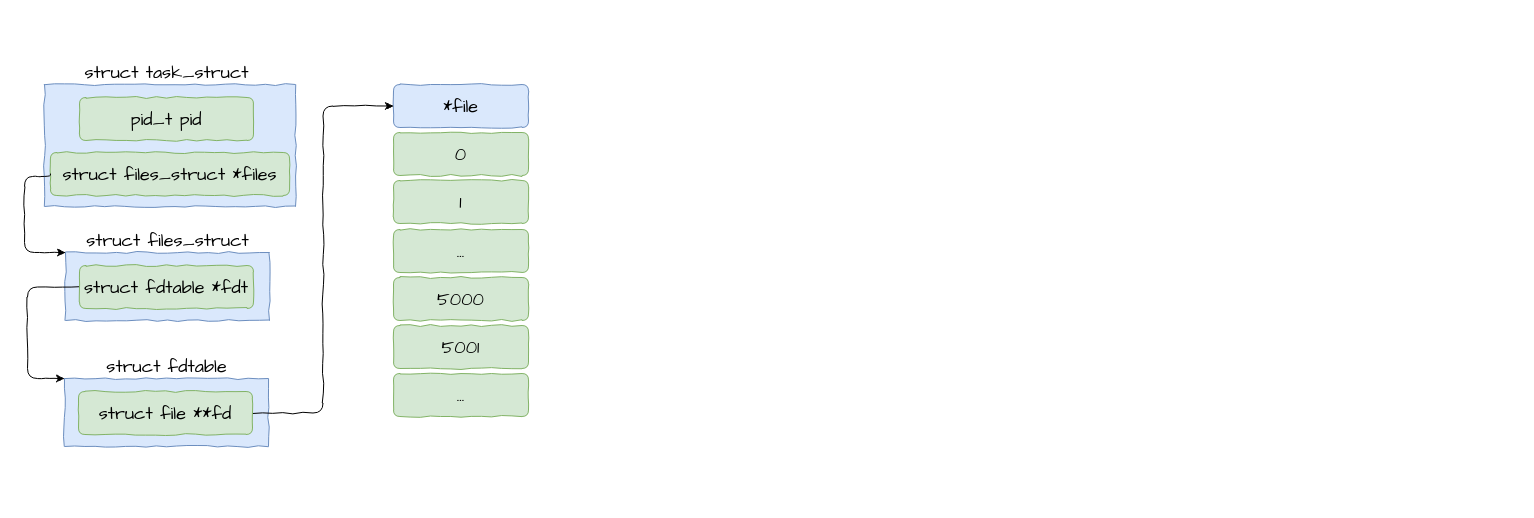
The draw.io diagram Untitled Diagram.drawio in xiaoyuwyj/ife2015, before the edit. Source tidied: cells renumbered, new cells numbered last; positions are measured from the earlier drawing's top-left corner, leaving out a move shared by most shapes. Both pictures are drawn from the tidied source at 100%, with x=0, y=0 at pixel (24, 61).
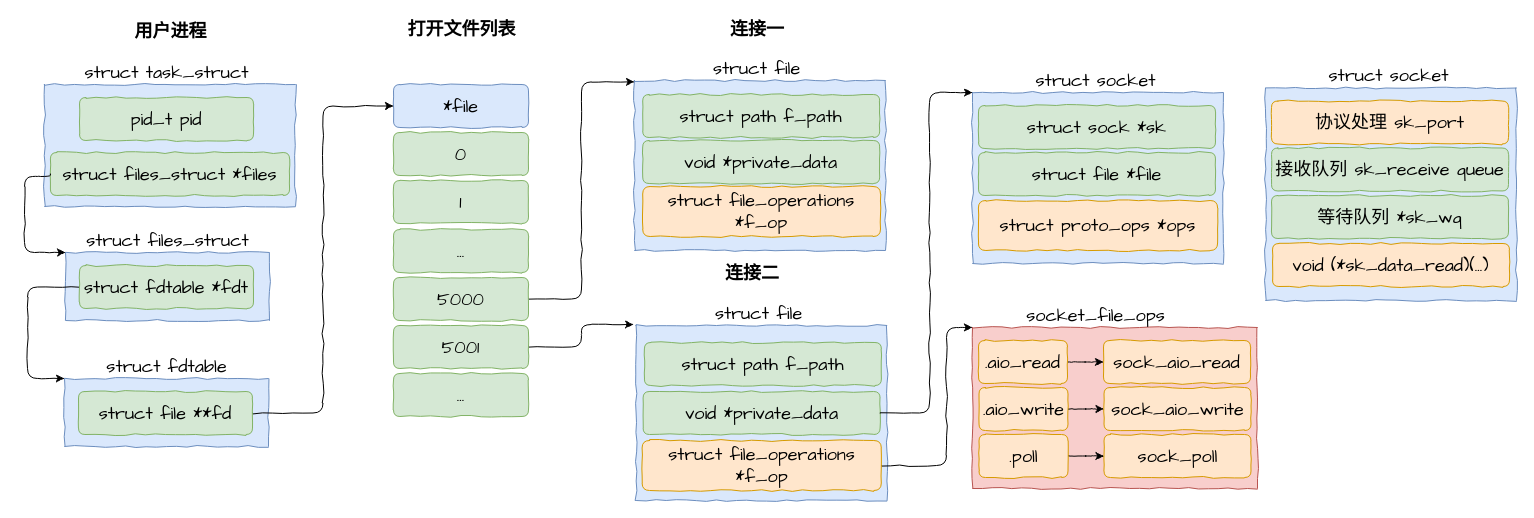
Above is the later version.

The change refers to these unchanged cells:
```xml
<mxCell id="18" value="5000" style="whiteSpace=wrap;html=1;fillColor=#d5e8d4;strokeColor=#82b366;fillStyle=solid;sketchStyle=comic;rounded=1;comic=1;fontFamily=Comic Sans MS;fontSize=18;" parent="1" vertex="1">
  <mxGeometry x="369" y="216" width="135" height="43" as="geometry" />
</mxCell>
<mxCell id="20" value="5001" style="whiteSpace=wrap;html=1;fillColor=#d5e8d4;strokeColor=#82b366;fillStyle=solid;sketchStyle=comic;rounded=1;comic=1;fontFamily=Comic Sans MS;fontSize=18;" parent="1" vertex="1">
  <mxGeometry x="369" y="264" width="135" height="43" as="geometry" />
</mxCell>
```

The edit, as a diff of the source:
```diff
@@
+    <mxCell id="22" style="edgeStyle=orthogonalEdgeStyle;rounded=1;comic=1;jettySize=auto;html=1;exitX=1;exitY=0.5;exitDx=0;exitDy=0;entryX=0;entryY=0.008;entryDx=0;entryDy=0;entryPerimeter=0;fontFamily=Comic Sans MS;fontSize=18;" parent="1" edge="1" source="18" target="24">
+      <mxGeometry relative="1" as="geometry">
+        <Array as="points">
+          <mxPoint x="557" y="238" />
+          <mxPoint x="557" y="20" />
+        </Array>
+      </mxGeometry>
+    </mxCell>
@@
+    <mxCell id="23" style="edgeStyle=orthogonalEdgeStyle;rounded=1;comic=1;jettySize=auto;html=1;exitX=1;exitY=0.5;exitDx=0;exitDy=0;fontFamily=Comic Sans MS;fontSize=18;" parent="1" edge="1" source="20">
+      <mxGeometry relative="1" as="geometry">
+        <mxPoint x="609" y="263" as="targetPoint" />
+        <Array as="points">
+          <mxPoint x="557" y="286" />
+          <mxPoint x="557" y="263" />
+        </Array>
+      </mxGeometry>
+    </mxCell>
@@
+    <mxCell id="24" style="whiteSpace=wrap;html=1;fillColor=#dae8fc;strokeColor=#6c8ebf;fillStyle=solid;sketchStyle=comic;rounded=0;comic=1;" parent="1" vertex="1">
+      <mxGeometry x="610" y="19" width="251" height="170" as="geometry" />
+    </mxCell>
+    <mxCell id="25" value="&lt;h2&gt;&lt;font face=&quot;Comic Sans MS&quot; style=&quot;font-weight: normal&quot;&gt;void *private_data&lt;/font&gt;&lt;/h2&gt;" style="whiteSpace=wrap;html=1;fillColor=#d5e8d4;strokeColor=#82b366;fillStyle=solid;glass=0;shadow=0;sketchStyle=comic;rounded=1;comic=1;" parent="1" vertex="1">
+      <mxGeometry x="618.2" y="79" width="237" height="43" as="geometry" />
+    </mxCell>
+    <mxCell id="26" value="&lt;font face=&quot;Comic Sans MS&quot; style=&quot;font-size: 18px&quot;&gt;struct file_operations *f_op&lt;/font&gt;" style="whiteSpace=wrap;html=1;fillColor=#ffe6cc;strokeColor=#d79b00;fillStyle=solid;sketchStyle=comic;rounded=1;comic=1;" parent="1" vertex="1">
+      <mxGeometry x="618.2" y="125" width="237.8" height="50" as="geometry" />
+    </mxCell>
+    <mxCell id="27" value="&lt;font face=&quot;Comic Sans MS&quot; style=&quot;font-size: 18px&quot;&gt;struct file&lt;/font&gt;" style="text;html=1;align=center;verticalAlign=middle;strokeColor=none;rounded=1;comic=1;" parent="1" vertex="1">
+      <mxGeometry x="683.5" y="-4" width="97" height="21" as="geometry" />
+    </mxCell>
+    <mxCell id="28" style="whiteSpace=wrap;html=1;fillColor=#dae8fc;strokeColor=#6c8ebf;fillStyle=solid;sketchStyle=comic;rounded=0;comic=1;" parent="1" vertex="1">
+      <mxGeometry x="948" y="31" width="251" height="171" as="geometry" />
+    </mxCell>
+    <mxCell id="29" value="&lt;h2&gt;&lt;font face=&quot;Comic Sans MS&quot; style=&quot;font-weight: normal&quot;&gt;struct sock *sk&lt;/font&gt;&lt;/h2&gt;" style="whiteSpace=wrap;html=1;fillColor=#d5e8d4;strokeColor=#82b366;fillStyle=solid;glass=0;shadow=0;sketchStyle=comic;rounded=1;comic=1;" parent="1" vertex="1">
+      <mxGeometry x="954" y="44" width="237" height="43" as="geometry" />
+    </mxCell>
+    <mxCell id="30" value="&lt;font face=&quot;Comic Sans MS&quot; style=&quot;font-size: 18px&quot;&gt;struct proto_ops *ops&lt;/font&gt;" style="whiteSpace=wrap;html=1;fillColor=#ffe6cc;strokeColor=#d79b00;fillStyle=solid;sketchStyle=comic;rounded=1;comic=1;" parent="1" vertex="1">
+      <mxGeometry x="953.9" y="139" width="239.2" height="50" as="geometry" />
+    </mxCell>
+    <mxCell id="31" value="&lt;font face=&quot;Comic Sans MS&quot; style=&quot;font-size: 18px&quot;&gt;struct socket&lt;/font&gt;" style="text;html=1;align=center;verticalAlign=middle;strokeColor=none;rounded=1;comic=1;" parent="1" vertex="1">
+      <mxGeometry x="1008.5" y="8" width="124" height="21" as="geometry" />
+    </mxCell>
+    <mxCell id="32" value="&lt;font&gt;&lt;span style=&quot;font-size: 18px&quot;&gt;用户进程&lt;/span&gt;&lt;/font&gt;" style="text;html=1;align=center;verticalAlign=middle;strokeColor=none;rounded=1;comic=1;fontFamily=Tahoma;fontStyle=1;" parent="1" vertex="1">
+      <mxGeometry x="104.5" y="-41" width="82" height="20" as="geometry" />
+    </mxCell>
+    <mxCell id="33" value="&lt;font&gt;&lt;span style=&quot;font-size: 18px&quot;&gt;打开文件列表&lt;/span&gt;&lt;/font&gt;" style="text;html=1;align=center;verticalAlign=middle;strokeColor=none;rounded=1;comic=1;fontFamily=Comic Sans MS;fontStyle=1;" parent="1" vertex="1">
+      <mxGeometry x="377.5" y="-42" width="118" height="20" as="geometry" />
+    </mxCell>
+    <mxCell id="34" value="&lt;font&gt;&lt;span style=&quot;font-size: 18px&quot;&gt;连接一&lt;/span&gt;&lt;/font&gt;" style="text;html=1;align=left;verticalAlign=middle;strokeColor=none;rounded=1;comic=1;fontFamily=Comic Sans MS;fontStyle=1;" parent="1" vertex="1">
+      <mxGeometry x="703.5" y="-42" width="64" height="20" as="geometry" />
+    </mxCell>
+    <mxCell id="35" value="&lt;font&gt;&lt;span style=&quot;font-size: 18px&quot;&gt;连接二&lt;/span&gt;&lt;/font&gt;" style="text;html=1;align=left;verticalAlign=middle;strokeColor=none;rounded=1;comic=1;fontFamily=Comic Sans MS;fontStyle=1;" parent="1" vertex="1">
+      <mxGeometry x="699.4" y="202" width="64" height="20" as="geometry" />
+    </mxCell>
+    <mxCell id="36" value="&lt;h2&gt;&lt;font face=&quot;Comic Sans MS&quot; style=&quot;font-weight: normal&quot;&gt;struct path f_path&lt;/font&gt;&lt;/h2&gt;" style="whiteSpace=wrap;html=1;fillColor=#d5e8d4;strokeColor=#82b366;fillStyle=solid;glass=0;shadow=0;sketchStyle=comic;rounded=1;comic=1;" parent="1" vertex="1">
+      <mxGeometry x="618.2" y="33" width="237" height="43" as="geometry" />
+    </mxCell>
+    <mxCell id="37" style="whiteSpace=wrap;html=1;fillColor=#dae8fc;strokeColor=#6c8ebf;fillStyle=solid;sketchStyle=comic;rounded=0;comic=1;" parent="1" vertex="1">
+      <mxGeometry x="611.6" y="264" width="251" height="175" as="geometry" />
+    </mxCell>
+    <mxCell id="38" value="&lt;h2&gt;&lt;font face=&quot;Comic Sans MS&quot; style=&quot;font-weight: normal&quot;&gt;void *private_data&lt;/font&gt;&lt;/h2&gt;" style="whiteSpace=wrap;html=1;fillColor=#d5e8d4;strokeColor=#82b366;fillStyle=solid;glass=0;shadow=0;sketchStyle=comic;rounded=1;comic=1;" parent="1" vertex="1">
+      <mxGeometry x="618.6" y="330" width="237" height="43" as="geometry" />
+    </mxCell>
+    <mxCell id="39" style="edgeStyle=orthogonalEdgeStyle;rounded=1;comic=1;jettySize=auto;html=1;exitX=1;exitY=0.5;exitDx=0;exitDy=0;entryX=0;entryY=0;entryDx=0;entryDy=0;fontFamily=Comic Sans MS;fontSize=18;" parent="1" edge="1" source="40" target="45">
+      <mxGeometry relative="1" as="geometry">
+        <Array as="points">
+          <mxPoint x="922" y="404" />
+          <mxPoint x="922" y="266" />
+        </Array>
+      </mxGeometry>
+    </mxCell>
+    <mxCell id="40" value="&lt;font face=&quot;Comic Sans MS&quot; style=&quot;font-size: 18px&quot;&gt;struct file_operations *f_op&lt;/font&gt;" style="whiteSpace=wrap;html=1;fillColor=#ffe6cc;strokeColor=#d79b00;fillStyle=solid;sketchStyle=comic;rounded=1;comic=1;" parent="1" vertex="1">
+      <mxGeometry x="617.6" y="379" width="239.2" height="50" as="geometry" />
+    </mxCell>
+    <mxCell id="41" value="&lt;font face=&quot;Comic Sans MS&quot; style=&quot;font-size: 18px&quot;&gt;struct file&lt;/font&gt;" style="text;html=1;align=center;verticalAlign=middle;strokeColor=none;rounded=1;comic=1;" parent="1" vertex="1">
+      <mxGeometry x="685.1" y="241" width="97" height="21" as="geometry" />
+    </mxCell>
+    <mxCell id="42" value="&lt;h2&gt;&lt;font face=&quot;Comic Sans MS&quot; style=&quot;font-weight: normal&quot;&gt;struct path f_path&lt;/font&gt;&lt;/h2&gt;" style="whiteSpace=wrap;html=1;fillColor=#d5e8d4;strokeColor=#82b366;fillStyle=solid;glass=0;shadow=0;sketchStyle=comic;rounded=1;comic=1;" parent="1" vertex="1">
+      <mxGeometry x="619.9" y="281" width="237" height="43" as="geometry" />
+    </mxCell>
+    <mxCell id="43" style="edgeStyle=orthogonalEdgeStyle;rounded=1;comic=1;jettySize=auto;html=1;exitX=1;exitY=0.5;exitDx=0;exitDy=0;entryX=0;entryY=0;entryDx=0;entryDy=0;fontFamily=Comic Sans MS;fontSize=18;" parent="1" edge="1" source="38" target="28">
+      <mxGeometry relative="1" as="geometry">
+        <Array as="points">
+          <mxPoint x="905" y="352" />
+          <mxPoint x="905" y="31" />
+        </Array>
+      </mxGeometry>
+    </mxCell>
+    <mxCell id="44" value="&lt;h2&gt;&lt;font face=&quot;Comic Sans MS&quot; style=&quot;font-weight: normal&quot;&gt;struct file *file&lt;/font&gt;&lt;/h2&gt;" style="whiteSpace=wrap;html=1;fillColor=#d5e8d4;strokeColor=#82b366;fillStyle=solid;glass=0;shadow=0;sketchStyle=comic;rounded=1;comic=1;" parent="1" vertex="1">
+      <mxGeometry x="954" y="91" width="237" height="43" as="geometry" />
+    </mxCell>
+    <mxCell id="45" style="whiteSpace=wrap;html=1;fillColor=#f8cecc;strokeColor=#b85450;fillStyle=solid;sketchStyle=comic;rounded=0;comic=1;" parent="1" vertex="1">
+      <mxGeometry x="948" y="266" width="285" height="161" as="geometry" />
+    </mxCell>
+    <mxCell id="46" style="edgeStyle=orthogonalEdgeStyle;rounded=1;comic=1;jettySize=auto;html=1;exitX=1;exitY=0.5;exitDx=0;exitDy=0;fontFamily=Comic Sans MS;fontSize=18;" parent="1" edge="1" source="47" target="49">
+      <mxGeometry relative="1" as="geometry" />
+    </mxCell>
+    <mxCell id="47" value="&lt;h2&gt;&lt;font face=&quot;Comic Sans MS&quot; style=&quot;font-weight: normal&quot;&gt;.aio_read&lt;/font&gt;&lt;/h2&gt;" style="whiteSpace=wrap;html=1;fillColor=#ffe6cc;strokeColor=#d79b00;fillStyle=solid;glass=0;shadow=0;sketchStyle=comic;rounded=1;comic=1;" parent="1" vertex="1">
+      <mxGeometry x="954" y="279" width="89" height="43" as="geometry" />
+    </mxCell>
+    <mxCell id="48" value="&lt;font face=&quot;Comic Sans MS&quot; style=&quot;font-size: 18px&quot;&gt;socket_file_ops&lt;/font&gt;" style="text;html=1;align=center;verticalAlign=middle;strokeColor=none;rounded=1;comic=1;" parent="1" vertex="1">
+      <mxGeometry x="998.5" y="243" width="145" height="21" as="geometry" />
+    </mxCell>
+    <mxCell id="49" value="&lt;h2&gt;&lt;font face=&quot;Comic Sans MS&quot; style=&quot;font-weight: normal&quot;&gt;sock_aio_read&lt;/font&gt;&lt;/h2&gt;" style="whiteSpace=wrap;html=1;fillColor=#ffe6cc;strokeColor=#d79b00;fillStyle=solid;glass=0;shadow=0;sketchStyle=comic;rounded=1;comic=1;" parent="1" vertex="1">
+      <mxGeometry x="1079" y="279" width="147" height="43" as="geometry" />
+    </mxCell>
+    <mxCell id="50" style="edgeStyle=orthogonalEdgeStyle;rounded=1;comic=1;jettySize=auto;html=1;exitX=1;exitY=0.5;exitDx=0;exitDy=0;fontFamily=Comic Sans MS;fontSize=18;" parent="1" edge="1" source="51" target="52">
+      <mxGeometry relative="1" as="geometry" />
+    </mxCell>
+    <mxCell id="51" value="&lt;h2&gt;&lt;font face=&quot;Comic Sans MS&quot; style=&quot;font-weight: normal&quot;&gt;.aio_write&lt;/font&gt;&lt;/h2&gt;" style="whiteSpace=wrap;html=1;fillColor=#ffe6cc;strokeColor=#d79b00;fillStyle=solid;glass=0;shadow=0;sketchStyle=comic;rounded=1;comic=1;" parent="1" vertex="1">
+      <mxGeometry x="954.5" y="326" width="89" height="43" as="geometry" />
+    </mxCell>
+    <mxCell id="52" value="&lt;h2&gt;&lt;font face=&quot;Comic Sans MS&quot; style=&quot;font-weight: normal&quot;&gt;sock_aio_write&lt;/font&gt;&lt;/h2&gt;" style="whiteSpace=wrap;html=1;fillColor=#ffe6cc;strokeColor=#d79b00;fillStyle=solid;glass=0;shadow=0;sketchStyle=comic;rounded=1;comic=1;" parent="1" vertex="1">
+      <mxGeometry x="1079.5" y="326" width="147" height="43" as="geometry" />
+    </mxCell>
+    <mxCell id="53" style="edgeStyle=orthogonalEdgeStyle;rounded=1;comic=1;jettySize=auto;html=1;exitX=1;exitY=0.5;exitDx=0;exitDy=0;fontFamily=Comic Sans MS;fontSize=18;" parent="1" edge="1" source="54" target="55">
+      <mxGeometry relative="1" as="geometry" />
+    </mxCell>
+    <mxCell id="54" value="&lt;h2&gt;&lt;font face=&quot;Comic Sans MS&quot; style=&quot;font-weight: normal&quot;&gt;.poll&lt;/font&gt;&lt;/h2&gt;" style="whiteSpace=wrap;html=1;fillColor=#ffe6cc;strokeColor=#d79b00;fillStyle=solid;glass=0;shadow=0;sketchStyle=comic;rounded=1;comic=1;" parent="1" vertex="1">
+      <mxGeometry x="954.5" y="373" width="89" height="43" as="geometry" />
+    </mxCell>
+    <mxCell id="55" value="&lt;h2&gt;&lt;font face=&quot;Comic Sans MS&quot; style=&quot;font-weight: normal&quot;&gt;sock_poll&lt;/font&gt;&lt;/h2&gt;" style="whiteSpace=wrap;html=1;fillColor=#ffe6cc;strokeColor=#d79b00;fillStyle=solid;glass=0;shadow=0;sketchStyle=comic;rounded=1;comic=1;" parent="1" vertex="1">
+      <mxGeometry x="1079.5" y="373" width="147" height="43" as="geometry" />
+    </mxCell>
+    <mxCell id="56" style="whiteSpace=wrap;html=1;fillColor=#dae8fc;strokeColor=#6c8ebf;fillStyle=solid;sketchStyle=comic;rounded=0;comic=1;" parent="1" vertex="1">
+      <mxGeometry x="1241" y="26.5" width="251" height="212.5" as="geometry" />
+    </mxCell>
+    <mxCell id="57" value="&lt;h2&gt;&lt;font face=&quot;Comic Sans MS&quot;&gt;&lt;span style=&quot;font-weight: 400&quot;&gt;协议处理 sk_port&lt;/span&gt;&lt;/font&gt;&lt;/h2&gt;" style="whiteSpace=wrap;html=1;fillColor=#ffe6cc;strokeColor=#d79b00;fillStyle=solid;glass=0;shadow=0;sketchStyle=comic;rounded=1;comic=1;" parent="1" vertex="1">
+      <mxGeometry x="1247" y="39.5" width="237" height="43" as="geometry" />
+    </mxCell>
+    <mxCell id="58" value="&lt;font face=&quot;Comic Sans MS&quot; style=&quot;font-size: 18px&quot;&gt;struct socket&lt;/font&gt;" style="text;html=1;align=center;verticalAlign=middle;strokeColor=none;rounded=1;comic=1;" parent="1" vertex="1">
+      <mxGeometry x="1301.5" y="3.5" width="124" height="21" as="geometry" />
+    </mxCell>
+    <mxCell id="59" value="&lt;h2&gt;&lt;font face=&quot;Comic Sans MS&quot; style=&quot;font-weight: normal&quot;&gt;接收队列 sk_receive queue&lt;/font&gt;&lt;/h2&gt;" style="whiteSpace=wrap;html=1;fillColor=#d5e8d4;strokeColor=#82b366;fillStyle=solid;glass=0;shadow=0;sketchStyle=comic;rounded=1;comic=1;" parent="1" vertex="1">
+      <mxGeometry x="1247" y="86.5" width="237" height="43" as="geometry" />
+    </mxCell>
+    <mxCell id="60" value="&lt;h2&gt;&lt;font face=&quot;Comic Sans MS&quot;&gt;&lt;span style=&quot;font-weight: 400&quot;&gt;等待队列 *sk_wq&lt;/span&gt;&lt;/font&gt;&lt;/h2&gt;" style="whiteSpace=wrap;html=1;fillColor=#d5e8d4;strokeColor=#82b366;fillStyle=solid;glass=0;shadow=0;sketchStyle=comic;rounded=1;comic=1;" parent="1" vertex="1">
+      <mxGeometry x="1247" y="134" width="237" height="43" as="geometry" />
+    </mxCell>
+    <mxCell id="61" value="&lt;h2&gt;&lt;font face=&quot;Comic Sans MS&quot; style=&quot;font-weight: normal&quot;&gt;void (*sk_data_read)(...)&lt;/font&gt;&lt;/h2&gt;" style="whiteSpace=wrap;html=1;fillColor=#ffe6cc;strokeColor=#d79b00;fillStyle=solid;glass=0;shadow=0;sketchStyle=comic;rounded=1;comic=1;" parent="1" vertex="1">
+      <mxGeometry x="1248" y="182" width="237" height="43" as="geometry" />
+    </mxCell>
```
